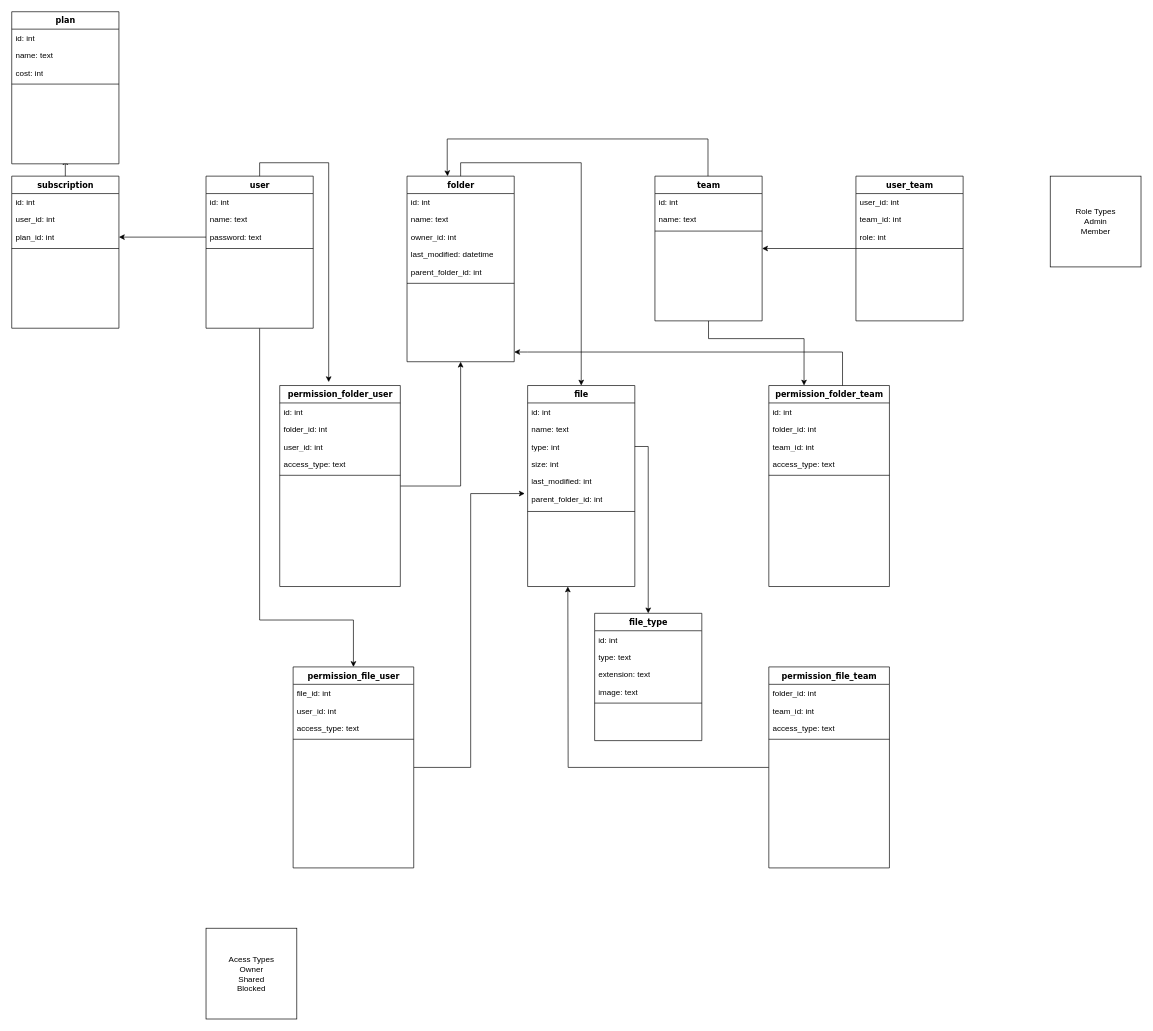
Above: hello-storage.drawio in alexbkl/hello-back (draw.io), before the change. Source tidied: cells renumbered, new cells numbered last; positions are measured from the earlier drawing's top-left corner, leaving out a move shared by most shapes. Both pictures are drawn from the tidied source at 67%, with x=0, y=0 at pixel (11, 11).
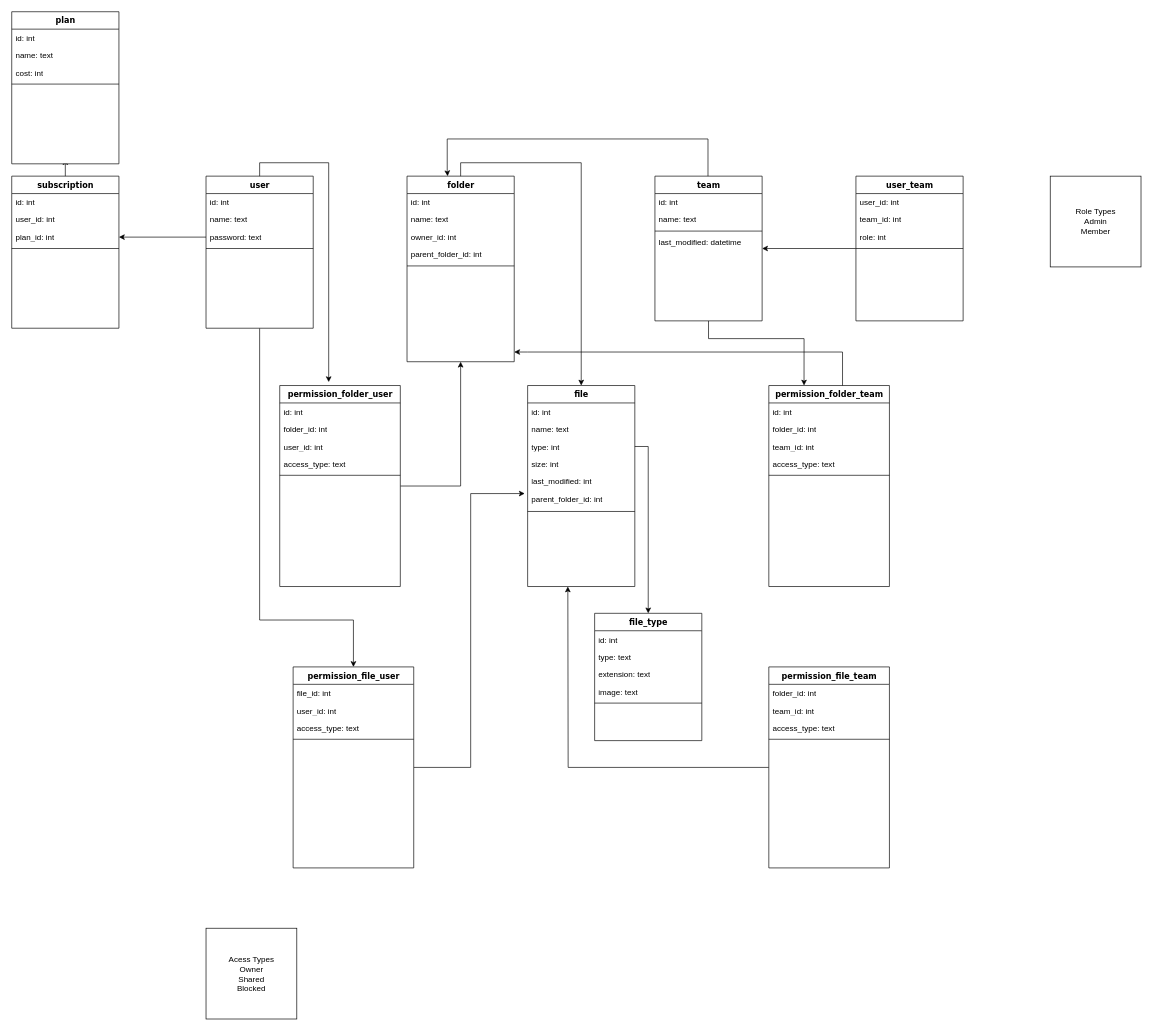
After the change.

Commit message:
feat: update uid logic

The change refers to these unchanged cells:
```xml
<mxCell id="10" value="folder" style="swimlane;html=1;fontStyle=1;align=center;verticalAlign=top;horizontal=1;startSize=26;swimlaneFillColor=#ffffff;rounded=0;shadow=0;comic=0;labelBackgroundColor=none;strokeWidth=1;fillColor=none;fontFamily=Verdana;fontSize=12;" parent="1" vertex="1">
  <mxGeometry x="590" y="245.4" width="160" height="277" as="geometry" />
</mxCell>
<mxCell id="41" value="team" style="swimlane;html=1;fontStyle=1;align=center;verticalAlign=top;horizontal=1;startSize=26;swimlaneFillColor=#ffffff;rounded=0;shadow=0;comic=0;labelBackgroundColor=none;strokeWidth=1;fillColor=none;fontFamily=Verdana;fontSize=12;" parent="1" vertex="1">
  <mxGeometry x="960" y="245.4" width="160" height="216" as="geometry" />
</mxCell>
```

Diff of the diagram source:
```diff
@@
-    <mxCell id="14" value="last_modified: datetime" style="text;html=1;strokeColor=none;fillColor=none;align=left;verticalAlign=top;spacingLeft=4;spacingRight=4;whiteSpace=wrap;overflow=hidden;" parent="10" vertex="1">
-      <mxGeometry y="104" width="160" height="26" as="geometry" />
-    </mxCell>
     <mxCell id="15" value="parent_folder_id: int" style="text;html=1;strokeColor=none;fillColor=none;align=left;verticalAlign=top;spacingLeft=4;spacingRight=4;whiteSpace=wrap;overflow=hidden;" parent="10" vertex="1">
-      <mxGeometry y="130" width="160" height="26" as="geometry" />
+      <mxGeometry y="104" width="160" height="26" as="geometry" />
     </mxCell>
     <mxCell id="16" style="line;html=1;strokeWidth=1;fillColor=none;align=left;verticalAlign=middle;spacingTop=-1;spacingLeft=3;spacingRight=3;labelPosition=right;" parent="10" vertex="1">
-      <mxGeometry y="156" width="160" height="8" as="geometry" />
+      <mxGeometry y="130" width="160" height="8" as="geometry" />
     </mxCell>
@@
+    <mxCell id="14" value="last_modified: datetime" style="text;html=1;strokeColor=none;fillColor=none;align=left;verticalAlign=top;spacingLeft=4;spacingRight=4;whiteSpace=wrap;overflow=hidden;" parent="41" vertex="1">
+      <mxGeometry y="86" width="160" height="26" as="geometry" />
+    </mxCell>
```
